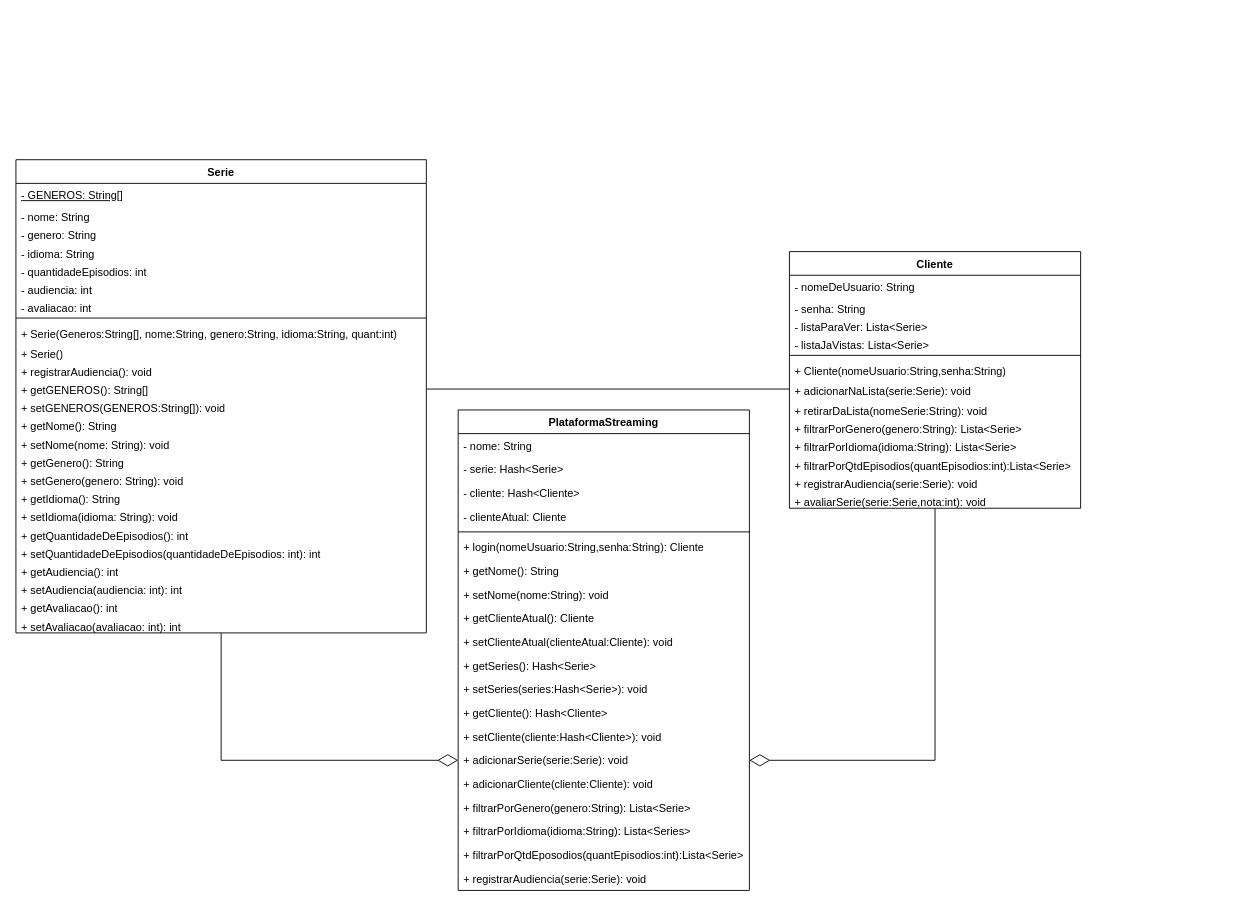
Before: docs/diagramas/UML.drawio in DisciplinasProgramacao/projetos_3_4_e_5-grupo-07, a draw.io diagram. Source tidied: cells renumbered, new cells numbered last; positions are measured from the earlier drawing's top-left corner, leaving out a move shared by most shapes. Both pictures are drawn from the tidied source at 91%, with x=0, y=0 at pixel (15, 159).
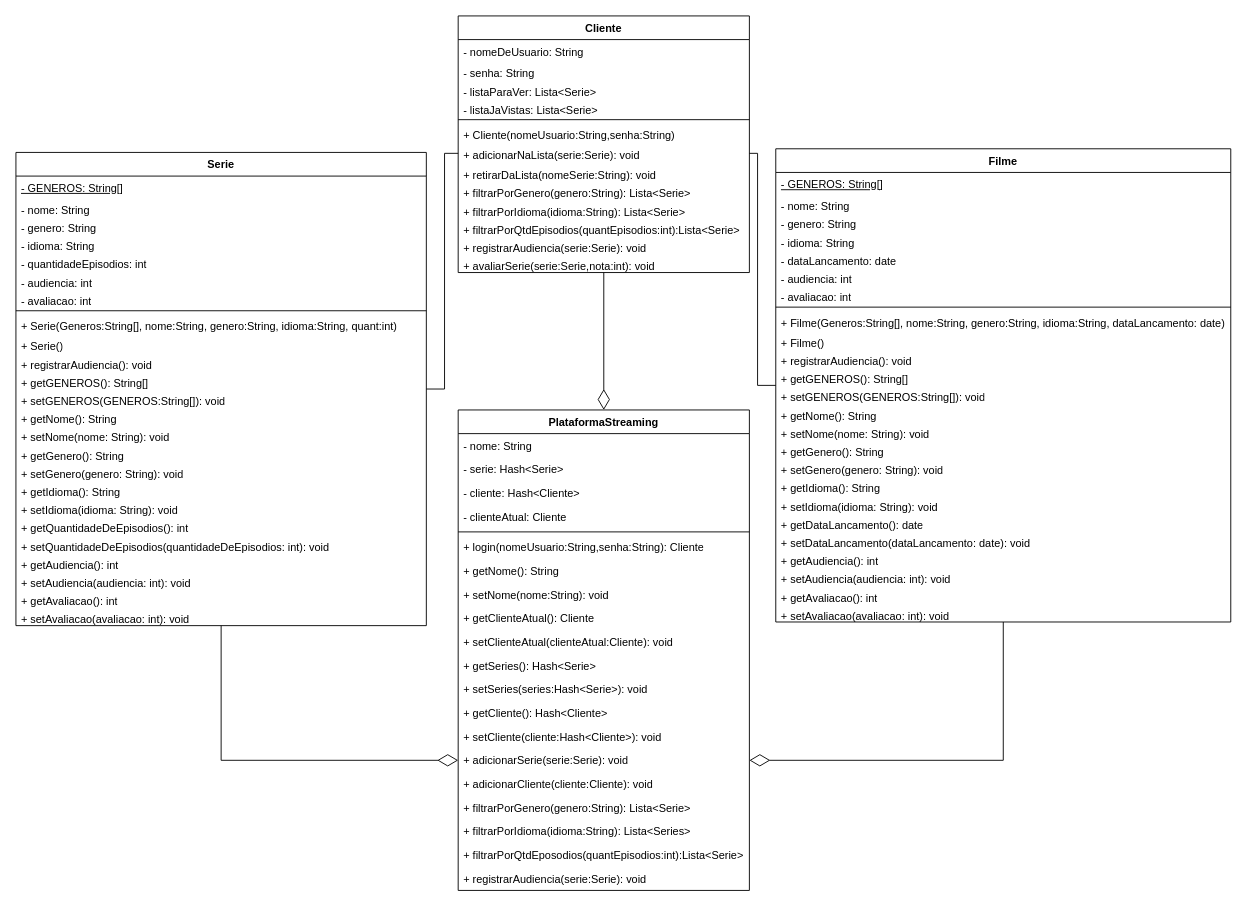
After the change.

The change refers to these unchanged cells:
```xml
<mxCell id="2" value="PlataformaStreaming" style="swimlane;fontStyle=1;align=center;verticalAlign=top;horizontal=1;startSize=26;whiteSpace=wrap;html=1;" parent="1" vertex="1">
  <mxGeometry x="486" y="275" width="320" height="528" as="geometry" />
</mxCell>
<mxCell id="17" value="+ adicionarSerie(serie:Serie): void" style="text;strokeColor=none;fillColor=none;align=left;verticalAlign=top;spacingLeft=4;spacingRight=4;overflow=hidden;points=[[0,0.5],[1,0.5]];portConstraint=eastwest;whiteSpace=wrap;html=1;" parent="2" vertex="1">
  <mxGeometry y="372" width="320" height="26" as="geometry" />
</mxCell>
<mxCell id="37" value="+&amp;nbsp;setGENEROS(GENEROS:String[]):&amp;nbsp;void&lt;font face=&quot;ui-monospace, SFMono-Regular, SF Mono, Menlo, Consolas, Liberation Mono, monospace&quot; color=&quot;#e6edf3&quot;&gt;&lt;span style=&quot;background-color: rgb(13, 17, 23);&quot;&gt;&lt;br&gt;&lt;/span&gt;&lt;/font&gt;" style="text;strokeColor=none;fillColor=none;align=left;verticalAlign=top;spacingLeft=4;spacingRight=4;overflow=hidden;points=[[0,0.5],[1,0.5]];portConstraint=eastwest;whiteSpace=wrap;html=1;" parent="24" vertex="1">
  <mxGeometry y="260" width="451" height="20" as="geometry" />
</mxCell>
<mxCell id="58" value="+ adicionarNaLista(serie:Serie): void&amp;nbsp;" style="text;strokeColor=none;fillColor=none;align=left;verticalAlign=top;spacingLeft=4;spacingRight=4;overflow=hidden;points=[[0,0.5],[1,0.5]];portConstraint=eastwest;whiteSpace=wrap;html=1;" parent="51" vertex="1">
  <mxGeometry y="140" width="320" height="22" as="geometry" />
</mxCell>
```

What changed in the source:
```diff
@@
+    <mxCell id="66" style="edgeStyle=orthogonalEdgeStyle;rounded=0;jettySize=auto;html=1;entryX=0;entryY=0.5;entryDx=0;entryDy=0;endArrow=none;endFill=0;" parent="1" edge="1" source="24" target="58">
+      <mxGeometry relative="1" as="geometry" />
+    </mxCell>
     <mxCell id="24" value="Serie" style="swimlane;fontStyle=1;align=center;verticalAlign=top;horizontal=1;startSize=26;whiteSpace=wrap;html=1;" parent="1" vertex="1">
-      <mxGeometry width="451" height="520" as="geometry" />
+      <mxGeometry y="-8" width="451" height="520" as="geometry" />
     </mxCell>
@@
-    <mxCell id="45" value="+&amp;nbsp;setQuantidadeDeEpisodios(quantidadeDeEpisodios: int):&amp;nbsp;int&lt;font face=&quot;ui-monospace, SFMono-Regular, SF Mono, Menlo, Consolas, Liberation Mono, monospace&quot; color=&quot;#e6edf3&quot;&gt;&lt;span style=&quot;background-color: rgb(13, 17, 23);&quot;&gt;&lt;br&gt;&lt;/span&gt;&lt;/font&gt;" style="text;strokeColor=none;fillColor=none;align=left;verticalAlign=top;spacingLeft=4;spacingRight=4;overflow=hidden;whiteSpace=wrap;html=1;" parent="24" vertex="1">
+    <mxCell id="45" value="+&amp;nbsp;setQuantidadeDeEpisodios(quantidadeDeEpisodios: int):&amp;nbsp;void&lt;br&gt;&lt;font face=&quot;ui-monospace, SFMono-Regular, SF Mono, Menlo, Consolas, Liberation Mono, monospace&quot; color=&quot;#e6edf3&quot;&gt;&lt;span style=&quot;background-color: rgb(13, 17, 23);&quot;&gt;&lt;br&gt;&lt;/span&gt;&lt;/font&gt;" style="text;strokeColor=none;fillColor=none;align=left;verticalAlign=top;spacingLeft=4;spacingRight=4;overflow=hidden;whiteSpace=wrap;html=1;" parent="24" vertex="1">
       <mxGeometry y="420" width="451" height="20" as="geometry" />
     </mxCell>
@@
-    <mxCell id="47" value="+&amp;nbsp;setAudiencia(audiencia: int):&amp;nbsp;int&lt;font face=&quot;ui-monospace, SFMono-Regular, SF Mono, Menlo, Consolas, Liberation Mono, monospace&quot; color=&quot;#e6edf3&quot;&gt;&lt;span style=&quot;background-color: rgb(13, 17, 23);&quot;&gt;&lt;br&gt;&lt;/span&gt;&lt;/font&gt;" style="text;strokeColor=none;fillColor=none;align=left;verticalAlign=top;spacingLeft=4;spacingRight=4;overflow=hidden;whiteSpace=wrap;html=1;" parent="24" vertex="1">
+    <mxCell id="47" value="+&amp;nbsp;setAudiencia(audiencia: int):&amp;nbsp;void&lt;font face=&quot;ui-monospace, SFMono-Regular, SF Mono, Menlo, Consolas, Liberation Mono, monospace&quot; color=&quot;#e6edf3&quot;&gt;&lt;span style=&quot;background-color: rgb(13, 17, 23);&quot;&gt;&lt;br&gt;&lt;/span&gt;&lt;/font&gt;" style="text;strokeColor=none;fillColor=none;align=left;verticalAlign=top;spacingLeft=4;spacingRight=4;overflow=hidden;whiteSpace=wrap;html=1;" parent="24" vertex="1">
       <mxGeometry y="460" width="451" height="20" as="geometry" />
     </mxCell>
@@
-    <mxCell id="49" value="+&amp;nbsp;setAvaliacao(avaliacao&lt;span style=&quot;background-color: initial;&quot;&gt;: int):&amp;nbsp;int&lt;/span&gt;" style="text;strokeColor=none;fillColor=none;align=left;verticalAlign=top;spacingLeft=4;spacingRight=4;overflow=hidden;whiteSpace=wrap;html=1;" parent="24" vertex="1">
+    <mxCell id="49" value="+&amp;nbsp;setAvaliacao(avaliacao&lt;span style=&quot;background-color: initial;&quot;&gt;: int):&amp;nbsp;void&lt;/span&gt;" style="text;strokeColor=none;fillColor=none;align=left;verticalAlign=top;spacingLeft=4;spacingRight=4;overflow=hidden;whiteSpace=wrap;html=1;" parent="24" vertex="1">
       <mxGeometry y="500" width="451" height="20" as="geometry" />
     </mxCell>
-    <mxCell id="50" style="edgeStyle=orthogonalEdgeStyle;rounded=0;jettySize=auto;html=1;entryX=1;entryY=0.5;entryDx=0;entryDy=0;endArrow=diamondThin;endFill=0;endSize=20;" parent="1" edge="1" source="51" target="17">
+    <mxCell id="50" style="edgeStyle=orthogonalEdgeStyle;rounded=0;jettySize=auto;html=1;entryX=0.5;entryY=0;entryDx=0;entryDy=0;endArrow=diamondThin;endFill=0;endSize=20;" parent="1" edge="1" source="51" target="2">
       <mxGeometry relative="1" as="geometry" />
     </mxCell>
     <mxCell id="51" value="Cliente" style="swimlane;fontStyle=1;align=center;verticalAlign=top;horizontal=1;startSize=26;whiteSpace=wrap;html=1;" parent="1" vertex="1">
-      <mxGeometry x="850" y="101" width="320" height="282" as="geometry" />
+      <mxGeometry x="486" y="-158" width="320" height="282" as="geometry" />
     </mxCell>
@@
-    <mxCell id="65" style="edgeStyle=orthogonalEdgeStyle;rounded=0;jettySize=auto;html=1;entryX=1;entryY=-0.4;entryDx=0;entryDy=0;entryPerimeter=0;endArrow=none;endFill=0;" parent="1" edge="1" source="58" target="37">
-      <mxGeometry relative="1" as="geometry" />
-    </mxCell>
+    <mxCell id="67" style="edgeStyle=orthogonalEdgeStyle;rounded=0;jettySize=auto;html=1;entryX=1;entryY=0.5;entryDx=0;entryDy=0;endArrow=none;endFill=0;" parent="1" edge="1" source="69" target="58">
+      <mxGeometry relative="1" as="geometry" />
+    </mxCell>
+    <mxCell id="68" style="edgeStyle=orthogonalEdgeStyle;rounded=0;jettySize=auto;html=1;endArrow=diamondThin;endFill=0;endSize=20;" parent="1" edge="1" source="69" target="17">
+      <mxGeometry relative="1" as="geometry" />
+    </mxCell>
+    <mxCell id="69" value="Filme" style="swimlane;fontStyle=1;align=center;verticalAlign=top;horizontal=1;startSize=26;whiteSpace=wrap;html=1;" parent="1" vertex="1">
+      <mxGeometry x="835" y="-12" width="500" height="520" as="geometry" />
+    </mxCell>
+    <mxCell id="70" value="&lt;u&gt;- GENEROS: String[]&lt;/u&gt;" style="text;strokeColor=none;fillColor=none;align=left;verticalAlign=top;spacingLeft=4;spacingRight=4;overflow=hidden;whiteSpace=wrap;html=1;" parent="69" vertex="1">
+      <mxGeometry y="26" width="500" height="24" as="geometry" />
+    </mxCell>
+    <mxCell id="71" value="- nome: String" style="text;strokeColor=none;fillColor=none;align=left;verticalAlign=top;spacingLeft=4;spacingRight=4;overflow=hidden;whiteSpace=wrap;html=1;" parent="69" vertex="1">
+      <mxGeometry y="50" width="500" height="20" as="geometry" />
+    </mxCell>
+    <mxCell id="72" value="- genero: String" style="text;strokeColor=none;fillColor=none;align=left;verticalAlign=top;spacingLeft=4;spacingRight=4;overflow=hidden;whiteSpace=wrap;html=1;" parent="69" vertex="1">
+      <mxGeometry y="70" width="500" height="20" as="geometry" />
+    </mxCell>
+    <mxCell id="73" value="- idioma: String" style="text;strokeColor=none;fillColor=none;align=left;verticalAlign=top;spacingLeft=4;spacingRight=4;overflow=hidden;whiteSpace=wrap;html=1;" parent="69" vertex="1">
+      <mxGeometry y="90" width="500" height="20" as="geometry" />
+    </mxCell>
+    <mxCell id="74" value="- dataLancamento: date&lt;br&gt;" style="text;strokeColor=none;fillColor=none;align=left;verticalAlign=top;spacingLeft=4;spacingRight=4;overflow=hidden;whiteSpace=wrap;html=1;" parent="69" vertex="1">
+      <mxGeometry y="110" width="500" height="20" as="geometry" />
+    </mxCell>
+    <mxCell id="75" value="- audiencia: int" style="text;strokeColor=none;fillColor=none;align=left;verticalAlign=top;spacingLeft=4;spacingRight=4;overflow=hidden;whiteSpace=wrap;html=1;" parent="69" vertex="1">
+      <mxGeometry y="130" width="500" height="20" as="geometry" />
+    </mxCell>
+    <mxCell id="76" value="- avaliacao: int" style="text;strokeColor=none;fillColor=none;align=left;verticalAlign=top;spacingLeft=4;spacingRight=4;overflow=hidden;whiteSpace=wrap;html=1;" parent="69" vertex="1">
+      <mxGeometry y="150" width="500" height="20" as="geometry" />
+    </mxCell>
+    <mxCell id="77" style="line;strokeWidth=1;fillColor=none;align=left;verticalAlign=middle;spacingTop=-1;spacingLeft=3;spacingRight=3;labelPosition=right;strokeColor=inherit;" parent="69" vertex="1">
+      <mxGeometry y="170" width="500" height="8" as="geometry" />
+    </mxCell>
+    <mxCell id="78" value="+ Filme(Generos:String[], nome:String, genero:String, idioma:String, dataLancamento: date)" style="text;strokeColor=none;fillColor=none;align=left;verticalAlign=top;spacingLeft=4;spacingRight=4;overflow=hidden;whiteSpace=wrap;html=1;" parent="69" vertex="1">
+      <mxGeometry y="178" width="500" height="22" as="geometry" />
+    </mxCell>
+    <mxCell id="79" value="+ Filme()" style="text;strokeColor=none;fillColor=none;align=left;verticalAlign=top;spacingLeft=4;spacingRight=4;overflow=hidden;whiteSpace=wrap;html=1;" parent="69" vertex="1">
+      <mxGeometry y="200" width="500" height="20" as="geometry" />
+    </mxCell>
+    <mxCell id="80" value="+&amp;nbsp;registrarAudiencia(): void&lt;br&gt;" style="text;strokeColor=none;fillColor=none;align=left;verticalAlign=top;spacingLeft=4;spacingRight=4;overflow=hidden;whiteSpace=wrap;html=1;" parent="69" vertex="1">
+      <mxGeometry y="220" width="500" height="20" as="geometry" />
+    </mxCell>
+    <mxCell id="81" value="+&amp;nbsp;getGENEROS():&amp;nbsp;String[]&lt;font face=&quot;ui-monospace, SFMono-Regular, SF Mono, Menlo, Consolas, Liberation Mono, monospace&quot; color=&quot;#e6edf3&quot;&gt;&lt;span style=&quot;background-color: rgb(13, 17, 23);&quot;&gt;&lt;br&gt;&lt;/span&gt;&lt;/font&gt;" style="text;strokeColor=none;fillColor=none;align=left;verticalAlign=top;spacingLeft=4;spacingRight=4;overflow=hidden;whiteSpace=wrap;html=1;" parent="69" vertex="1">
+      <mxGeometry y="240" width="500" height="20" as="geometry" />
+    </mxCell>
+    <mxCell id="82" value="+&amp;nbsp;setGENEROS(GENEROS:String[]):&amp;nbsp;void&lt;font face=&quot;ui-monospace, SFMono-Regular, SF Mono, Menlo, Consolas, Liberation Mono, monospace&quot; color=&quot;#e6edf3&quot;&gt;&lt;span style=&quot;background-color: rgb(13, 17, 23);&quot;&gt;&lt;br&gt;&lt;/span&gt;&lt;/font&gt;" style="text;strokeColor=none;fillColor=none;align=left;verticalAlign=top;spacingLeft=4;spacingRight=4;overflow=hidden;whiteSpace=wrap;html=1;" parent="69" vertex="1">
+      <mxGeometry y="260" width="500" height="20" as="geometry" />
+    </mxCell>
+    <mxCell id="83" value="+&amp;nbsp;getNome():&amp;nbsp;String&lt;span style=&quot;color: rgb(230, 237, 243); font-family: ui-monospace, SFMono-Regular, &amp;quot;SF Mono&amp;quot;, Menlo, Consolas, &amp;quot;Liberation Mono&amp;quot;, monospace; background-color: rgb(13, 17, 23);&quot;&gt; &lt;/span&gt;&lt;font face=&quot;ui-monospace, SFMono-Regular, SF Mono, Menlo, Consolas, Liberation Mono, monospace&quot; color=&quot;#e6edf3&quot;&gt;&lt;span style=&quot;background-color: rgb(13, 17, 23);&quot;&gt;&lt;br&gt;&lt;/span&gt;&lt;/font&gt;" style="text;strokeColor=none;fillColor=none;align=left;verticalAlign=top;spacingLeft=4;spacingRight=4;overflow=hidden;whiteSpace=wrap;html=1;" parent="69" vertex="1">
+      <mxGeometry y="280" width="500" height="20" as="geometry" />
+    </mxCell>
+    <mxCell id="84" value="+&amp;nbsp;setNome(nome: String):&amp;nbsp;void&lt;font face=&quot;ui-monospace, SFMono-Regular, SF Mono, Menlo, Consolas, Liberation Mono, monospace&quot; color=&quot;#e6edf3&quot;&gt;&lt;span style=&quot;background-color: rgb(13, 17, 23);&quot;&gt;&lt;br&gt;&lt;/span&gt;&lt;/font&gt;" style="text;strokeColor=none;fillColor=none;align=left;verticalAlign=top;spacingLeft=4;spacingRight=4;overflow=hidden;whiteSpace=wrap;html=1;" parent="69" vertex="1">
+      <mxGeometry y="300" width="500" height="20" as="geometry" />
+    </mxCell>
+    <mxCell id="85" value="+&amp;nbsp;getGenero():&amp;nbsp;String&lt;span style=&quot;color: rgb(230, 237, 243); font-family: ui-monospace, SFMono-Regular, &amp;quot;SF Mono&amp;quot;, Menlo, Consolas, &amp;quot;Liberation Mono&amp;quot;, monospace; background-color: rgb(13, 17, 23);&quot;&gt; &lt;/span&gt;&lt;font face=&quot;ui-monospace, SFMono-Regular, SF Mono, Menlo, Consolas, Liberation Mono, monospace&quot; color=&quot;#e6edf3&quot;&gt;&lt;span style=&quot;background-color: rgb(13, 17, 23);&quot;&gt;&lt;br&gt;&lt;/span&gt;&lt;/font&gt;" style="text;strokeColor=none;fillColor=none;align=left;verticalAlign=top;spacingLeft=4;spacingRight=4;overflow=hidden;whiteSpace=wrap;html=1;" parent="69" vertex="1">
+      <mxGeometry y="320" width="500" height="20" as="geometry" />
+    </mxCell>
+    <mxCell id="86" value="+&amp;nbsp;setGenero(genero: String):&amp;nbsp;void&lt;font face=&quot;ui-monospace, SFMono-Regular, SF Mono, Menlo, Consolas, Liberation Mono, monospace&quot; color=&quot;#e6edf3&quot;&gt;&lt;span style=&quot;background-color: rgb(13, 17, 23);&quot;&gt;&lt;br&gt;&lt;/span&gt;&lt;/font&gt;" style="text;strokeColor=none;fillColor=none;align=left;verticalAlign=top;spacingLeft=4;spacingRight=4;overflow=hidden;whiteSpace=wrap;html=1;" parent="69" vertex="1">
+      <mxGeometry y="340" width="500" height="20" as="geometry" />
+    </mxCell>
+    <mxCell id="87" value="+&amp;nbsp;getIdioma():&amp;nbsp;String&lt;span style=&quot;color: rgb(230, 237, 243); font-family: ui-monospace, SFMono-Regular, &amp;quot;SF Mono&amp;quot;, Menlo, Consolas, &amp;quot;Liberation Mono&amp;quot;, monospace; background-color: rgb(13, 17, 23);&quot;&gt; &lt;/span&gt;&lt;font face=&quot;ui-monospace, SFMono-Regular, SF Mono, Menlo, Consolas, Liberation Mono, monospace&quot; color=&quot;#e6edf3&quot;&gt;&lt;span style=&quot;background-color: rgb(13, 17, 23);&quot;&gt;&lt;br&gt;&lt;/span&gt;&lt;/font&gt;" style="text;strokeColor=none;fillColor=none;align=left;verticalAlign=top;spacingLeft=4;spacingRight=4;overflow=hidden;whiteSpace=wrap;html=1;" parent="69" vertex="1">
+      <mxGeometry y="360" width="500" height="20" as="geometry" />
+    </mxCell>
+    <mxCell id="88" value="+&amp;nbsp;setIdioma(idioma: String):&amp;nbsp;void&lt;font face=&quot;ui-monospace, SFMono-Regular, SF Mono, Menlo, Consolas, Liberation Mono, monospace&quot; color=&quot;#e6edf3&quot;&gt;&lt;span style=&quot;background-color: rgb(13, 17, 23);&quot;&gt;&lt;br&gt;&lt;/span&gt;&lt;/font&gt;" style="text;strokeColor=none;fillColor=none;align=left;verticalAlign=top;spacingLeft=4;spacingRight=4;overflow=hidden;whiteSpace=wrap;html=1;" parent="69" vertex="1">
+      <mxGeometry y="380" width="500" height="20" as="geometry" />
+    </mxCell>
+    <mxCell id="89" value="+&amp;nbsp;getDataLancamento():&amp;nbsp;date&lt;font face=&quot;ui-monospace, SFMono-Regular, SF Mono, Menlo, Consolas, Liberation Mono, monospace&quot; color=&quot;#e6edf3&quot;&gt;&lt;span style=&quot;background-color: rgb(13, 17, 23);&quot;&gt;&lt;br&gt;&lt;/span&gt;&lt;/font&gt;" style="text;strokeColor=none;fillColor=none;align=left;verticalAlign=top;spacingLeft=4;spacingRight=4;overflow=hidden;whiteSpace=wrap;html=1;" parent="69" vertex="1">
+      <mxGeometry y="400" width="500" height="20" as="geometry" />
+    </mxCell>
+    <mxCell id="90" value="+&amp;nbsp;setDataLancamento(dataLancamento: date): void&lt;br&gt;&lt;font face=&quot;ui-monospace, SFMono-Regular, SF Mono, Menlo, Consolas, Liberation Mono, monospace&quot; color=&quot;#e6edf3&quot;&gt;&lt;span style=&quot;background-color: rgb(13, 17, 23);&quot;&gt;&lt;br&gt;&lt;/span&gt;&lt;/font&gt;" style="text;strokeColor=none;fillColor=none;align=left;verticalAlign=top;spacingLeft=4;spacingRight=4;overflow=hidden;whiteSpace=wrap;html=1;" parent="69" vertex="1">
+      <mxGeometry y="420" width="500" height="20" as="geometry" />
+    </mxCell>
+    <mxCell id="91" value="+&amp;nbsp;getAudiencia():&amp;nbsp;int&lt;span style=&quot;color: rgb(230, 237, 243); font-family: ui-monospace, SFMono-Regular, &amp;quot;SF Mono&amp;quot;, Menlo, Consolas, &amp;quot;Liberation Mono&amp;quot;, monospace; background-color: rgb(13, 17, 23);&quot;&gt;&lt;/span&gt;&lt;font face=&quot;ui-monospace, SFMono-Regular, SF Mono, Menlo, Consolas, Liberation Mono, monospace&quot; color=&quot;#e6edf3&quot;&gt;&lt;span style=&quot;background-color: rgb(13, 17, 23);&quot;&gt;&lt;br&gt;&lt;/span&gt;&lt;/font&gt;" style="text;strokeColor=none;fillColor=none;align=left;verticalAlign=top;spacingLeft=4;spacingRight=4;overflow=hidden;whiteSpace=wrap;html=1;" parent="69" vertex="1">
+      <mxGeometry y="440" width="500" height="20" as="geometry" />
+    </mxCell>
+    <mxCell id="92" value="+&amp;nbsp;setAudiencia(audiencia: int):&amp;nbsp;void&lt;font face=&quot;ui-monospace, SFMono-Regular, SF Mono, Menlo, Consolas, Liberation Mono, monospace&quot; color=&quot;#e6edf3&quot;&gt;&lt;span style=&quot;background-color: rgb(13, 17, 23);&quot;&gt;&lt;br&gt;&lt;/span&gt;&lt;/font&gt;" style="text;strokeColor=none;fillColor=none;align=left;verticalAlign=top;spacingLeft=4;spacingRight=4;overflow=hidden;whiteSpace=wrap;html=1;" parent="69" vertex="1">
+      <mxGeometry y="460" width="500" height="20" as="geometry" />
+    </mxCell>
+    <mxCell id="93" value="+&amp;nbsp;getAvaliacao&lt;span style=&quot;background-color: initial;&quot;&gt;():&amp;nbsp;int&lt;/span&gt;" style="text;strokeColor=none;fillColor=none;align=left;verticalAlign=top;spacingLeft=4;spacingRight=4;overflow=hidden;whiteSpace=wrap;html=1;" parent="69" vertex="1">
+      <mxGeometry y="480" width="500" height="20" as="geometry" />
+    </mxCell>
+    <mxCell id="94" value="+&amp;nbsp;setAvaliacao(avaliacao&lt;span style=&quot;background-color: initial;&quot;&gt;: int):&amp;nbsp;void&lt;/span&gt;" style="text;strokeColor=none;fillColor=none;align=left;verticalAlign=top;spacingLeft=4;spacingRight=4;overflow=hidden;whiteSpace=wrap;html=1;" parent="69" vertex="1">
+      <mxGeometry y="500" width="500" height="20" as="geometry" />
+    </mxCell>
```
